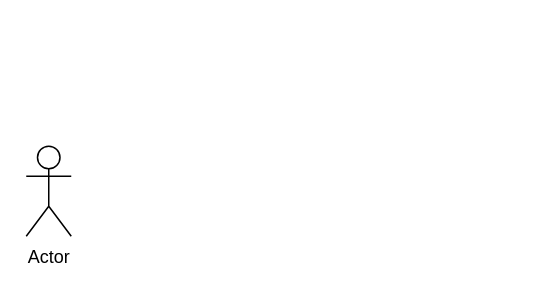
Before: 工作计划管理系统.drawio in gaochaowyq/MinderGraph, a draw.io diagram. Source tidied: cells renumbered, new cells numbered last; positions are measured from the earlier drawing's top-left corner, leaving out a move shared by most shapes. Both pictures are drawn from the tidied source at 150%, with x=0, y=0 at pixel (26, 146).
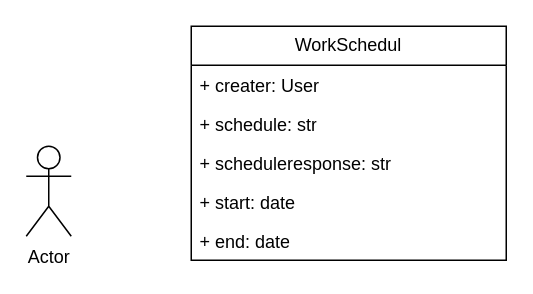
The same diagram, later.

Commit message (it also covers changes not shown here):
更新工作计划管理系统.drawio

Change to the diagram source:
```diff
@@
 <mxGraphModel>
   <root>
     <mxCell id="0" />
     <mxCell id="1" parent="0" />
     <mxCell id="2" value="Actor" style="shape=umlActor;verticalLabelPosition=bottom;verticalAlign=top;html=1;" parent="1" vertex="1">
       <mxGeometry width="30" height="60" as="geometry" />
     </mxCell>
+    <mxCell id="3" value="WorkSchedul" style="swimlane;fontStyle=0;horizontal=1;startSize=26;fillColor=none;whiteSpace=wrap;html=1;" parent="1" vertex="1">
+      <mxGeometry x="110" y="-80" width="210" height="156" as="geometry" />
+    </mxCell>
+    <mxCell id="4" value="+ creater: User" style="text;strokeColor=none;fillColor=none;align=left;verticalAlign=top;spacingLeft=4;spacingRight=4;overflow=hidden;whiteSpace=wrap;html=1;" parent="3" vertex="1">
+      <mxGeometry y="26" width="210" height="26" as="geometry" />
+    </mxCell>
+    <mxCell id="5" value="+ schedule: str" style="text;strokeColor=none;fillColor=none;align=left;verticalAlign=top;spacingLeft=4;spacingRight=4;overflow=hidden;whiteSpace=wrap;html=1;" parent="3" vertex="1">
+      <mxGeometry y="52" width="210" height="26" as="geometry" />
+    </mxCell>
+    <mxCell id="6" value="+ scheduleresponse: str" style="text;strokeColor=none;fillColor=none;align=left;verticalAlign=top;spacingLeft=4;spacingRight=4;overflow=hidden;whiteSpace=wrap;html=1;" parent="3" vertex="1">
+      <mxGeometry y="78" width="210" height="26" as="geometry" />
+    </mxCell>
+    <mxCell id="7" value="+ start: date" style="text;strokeColor=none;fillColor=none;align=left;verticalAlign=top;spacingLeft=4;spacingRight=4;overflow=hidden;whiteSpace=wrap;html=1;" parent="3" vertex="1">
+      <mxGeometry y="104" width="210" height="26" as="geometry" />
+    </mxCell>
+    <mxCell id="8" value="+ end: date" style="text;strokeColor=none;fillColor=none;align=left;verticalAlign=top;spacingLeft=4;spacingRight=4;overflow=hidden;whiteSpace=wrap;html=1;" parent="3" vertex="1">
+      <mxGeometry y="130" width="210" height="26" as="geometry" />
+    </mxCell>
   </root>
 </mxGraphModel>
```
